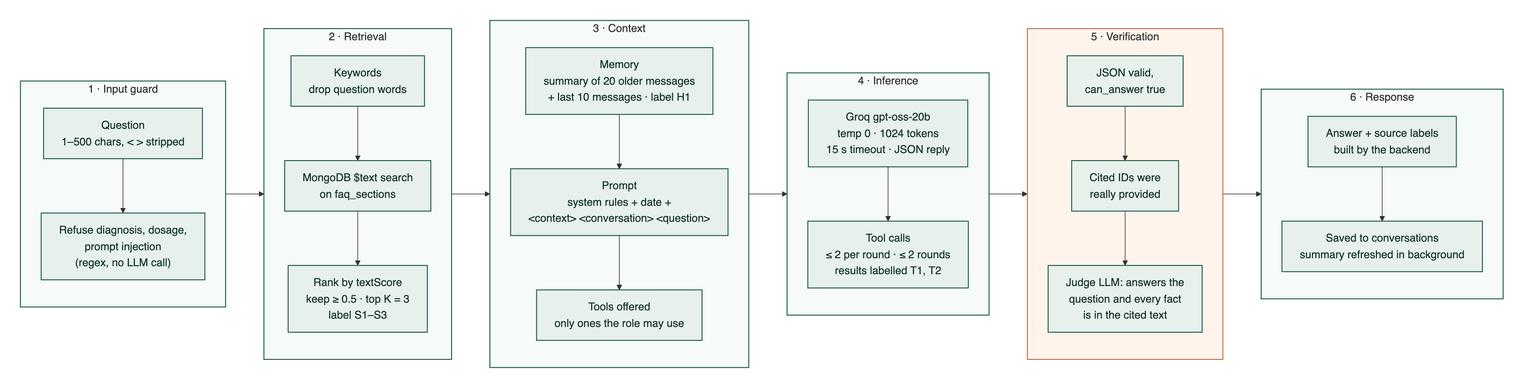
Earlier version of the Mermaid export architecture/images/ai-flow.png (Jag2007/Patient_Management). Its source is kept beside it as architecture/diagrams/ai-flow.mmd. The source it was exported from:
```mermaid
flowchart LR
    classDef default fill:#E7F0EB,stroke:#1F5E4F,stroke-width:1.5px,color:#14352D
    subgraph S1["1 · Input guard"]
        direction TB
        Q["Question<br/>1–500 chars, &lt; &gt; stripped"]
        G["Refuse diagnosis, dosage,<br/>prompt injection<br/>(regex, no LLM call)"]
        Q --> G
    end

    subgraph S2["2 · Retrieval"]
        direction TB
        K["Keywords<br/>drop question words"]
        T["MongoDB $text search<br/>on faq_sections"]
        R["Rank by textScore<br/>keep ≥ 0.5 · top K = 3<br/>label S1–S3"]
        K --> T --> R
    end

    subgraph S3["3 · Context"]
        direction TB
        M["Memory<br/>summary of 20 older messages<br/>+ last 10 messages · label H1"]
        P["Prompt<br/>system rules + date +<br/>&lt;context&gt; &lt;conversation&gt; &lt;question&gt;"]
        TL["Tools offered<br/>only ones the role may use"]
        M --> P --> TL
    end

    subgraph S4["4 · Inference"]
        direction TB
        L["Groq gpt-oss-20b<br/>temp 0 · 1024 tokens<br/>15 s timeout · JSON reply"]
        TC["Tool calls<br/>≤ 2 per round · ≤ 2 rounds<br/>results labelled T1, T2"]
        L --> TC
    end

    subgraph S5["5 · Verification"]
        direction TB
        J1["JSON valid,<br/>can_answer true"]
        J2["Cited IDs were<br/>really provided"]
        J3["Judge LLM: answers the<br/>question and every fact<br/>is in the cited text"]
        J1 --> J2 --> J3
    end

    subgraph S6["6 · Response"]
        direction TB
        A["Answer + source labels<br/>built by the backend"]
        SV["Saved to conversations<br/>summary refreshed in background"]
        A --> SV
    end

    S1 --> S2 --> S3 --> S4 --> S5 --> S6

    style S1 fill:#F6FAF8,stroke:#1F5E4F,stroke-width:1.5px
    style S2 fill:#F6FAF8,stroke:#1F5E4F,stroke-width:1.5px
    style S3 fill:#F6FAF8,stroke:#1F5E4F,stroke-width:1.5px
    style S4 fill:#F6FAF8,stroke:#1F5E4F,stroke-width:1.5px
    style S5 fill:#F6FAF8,stroke:#1F5E4F,stroke-width:1.5px
    style S6 fill:#F6FAF8,stroke:#1F5E4F,stroke-width:1.5px
    style S5 fill:#FFF4EC,stroke:#C0704A,stroke-width:1.5px
```
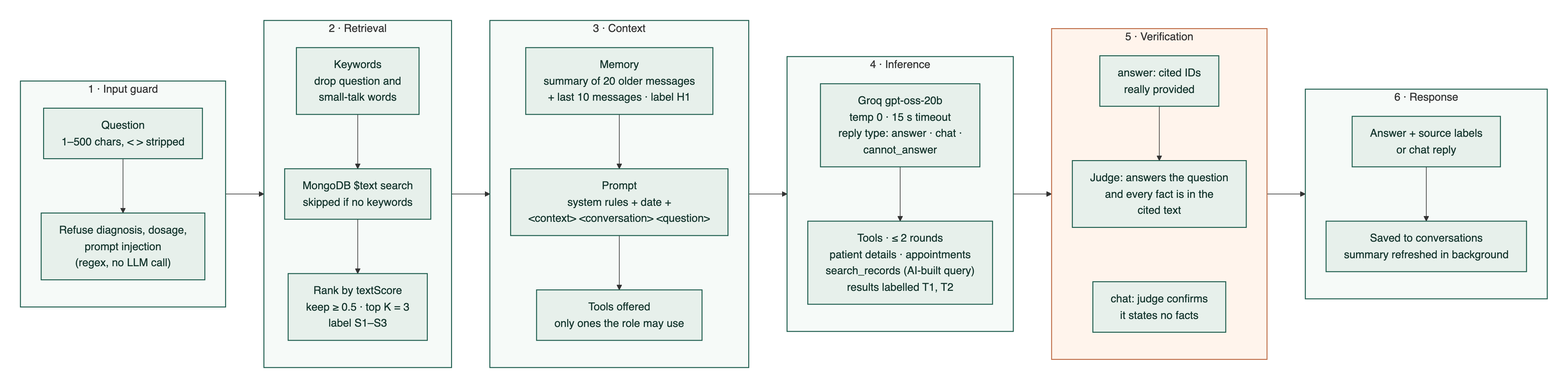
Later version of the same file.

Diff of the diagram source:
```diff
@@ -1,5 +1,6 @@
 flowchart LR
     classDef default fill:#E7F0EB,stroke:#1F5E4F,stroke-width:1.5px,color:#14352D
+
     subgraph S1["1 · Input guard"]
         direction TB
         Q["Question<br/>1–500 chars, &lt; &gt; stripped"]
@@ -9,8 +10,8 @@
 
     subgraph S2["2 · Retrieval"]
         direction TB
-        K["Keywords<br/>drop question words"]
-        T["MongoDB $text search<br/>on faq_sections"]
+        K["Keywords<br/>drop question and<br/>small-talk words"]
+        T["MongoDB $text search<br/>skipped if no keywords"]
         R["Rank by textScore<br/>keep ≥ 0.5 · top K = 3<br/>label S1–S3"]
         K --> T --> R
     end
@@ -25,22 +26,23 @@
 
     subgraph S4["4 · Inference"]
         direction TB
-        L["Groq gpt-oss-20b<br/>temp 0 · 1024 tokens<br/>15 s timeout · JSON reply"]
-        TC["Tool calls<br/>≤ 2 per round · ≤ 2 rounds<br/>results labelled T1, T2"]
+        L["Groq gpt-oss-20b<br/>temp 0 · 15 s timeout<br/>reply type: answer · chat ·<br/>cannot_answer"]
+        TC["Tools · ≤ 2 rounds<br/>patient details · appointments<br/>search_records (AI-built query)<br/>results labelled T1, T2"]
         L --> TC
     end
 
     subgraph S5["5 · Verification"]
         direction TB
-        J1["JSON valid,<br/>can_answer true"]
-        J2["Cited IDs were<br/>really provided"]
-        J3["Judge LLM: answers the<br/>question and every fact<br/>is in the cited text"]
-        J1 --> J2 --> J3
+        J1["answer: cited IDs<br/>really provided"]
+        J2["Judge: answers the question<br/>and every fact is in the<br/>cited text"]
+        J3["chat: judge confirms<br/>it states no facts"]
+        J1 --> J2
+        J2 ~~~ J3
     end
 
     subgraph S6["6 · Response"]
         direction TB
-        A["Answer + source labels<br/>built by the backend"]
+        A["Answer + source labels<br/>or chat reply"]
         SV["Saved to conversations<br/>summary refreshed in background"]
         A --> SV
     end
@@ -51,6 +53,5 @@
     style S2 fill:#F6FAF8,stroke:#1F5E4F,stroke-width:1.5px
     style S3 fill:#F6FAF8,stroke:#1F5E4F,stroke-width:1.5px
     style S4 fill:#F6FAF8,stroke:#1F5E4F,stroke-width:1.5px
-    style S5 fill:#F6FAF8,stroke:#1F5E4F,stroke-width:1.5px
+    style S5 fill:#FFF4EC,stroke:#C0704A,stroke-width:1.5px
     style S6 fill:#F6FAF8,stroke:#1F5E4F,stroke-width:1.5px
-    style S5 fill:#FFF4EC,stroke:#C0704A,stroke-width:1.5px
```
